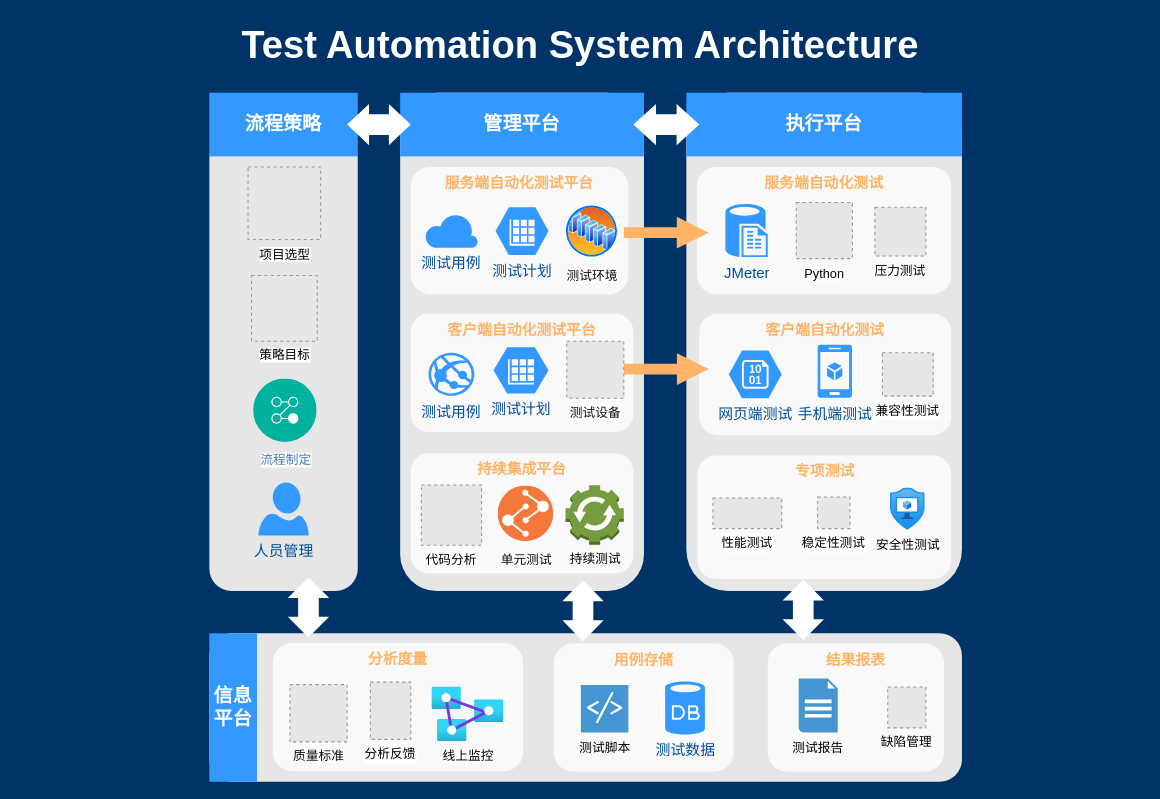
This is arch.drawio from xiongxiaoqing614/diagrams, a draw.io file, before an edit. Source tidied: cells renumbered, new cells numbered last; positions are measured from the earlier drawing's top-left corner, leaving out a move shared by most shapes. Both pictures are drawn from the tidied source at 106%, with x=0, y=0 at pixel (18, 18). Pictures stored in the file or linked from it are replaced by grey dashed boxes.
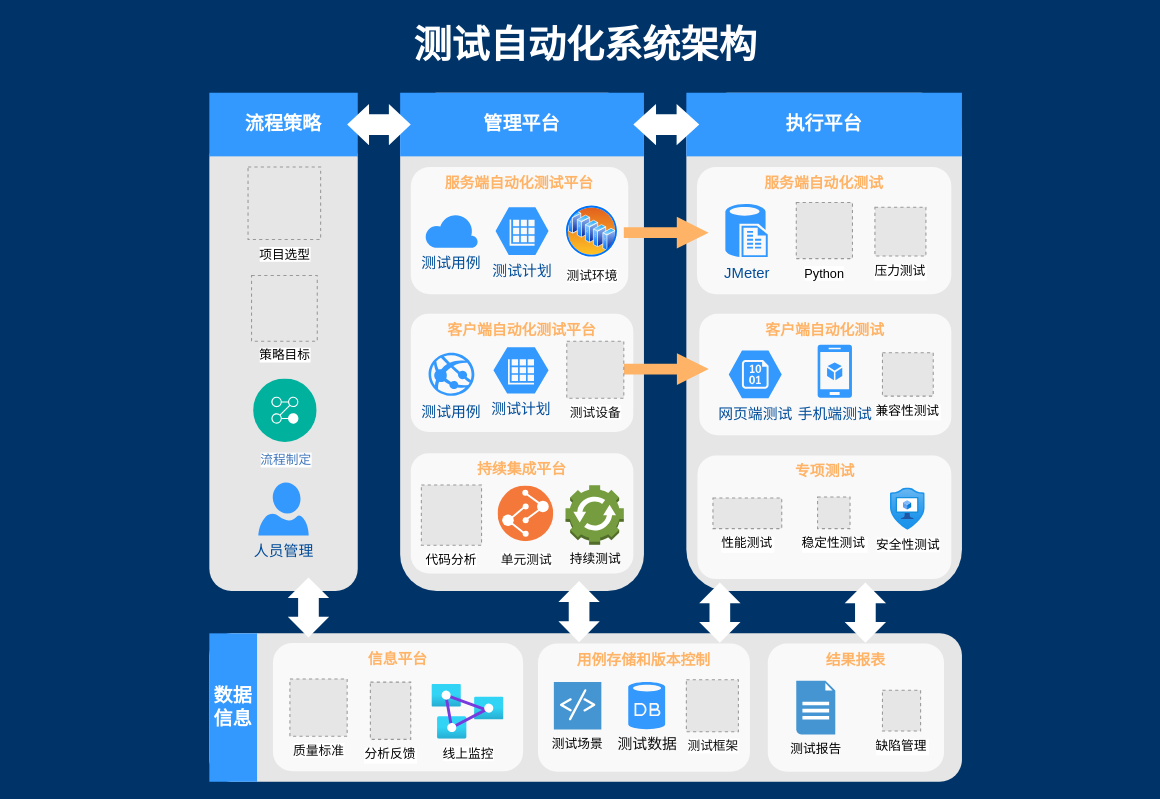
Above is the later version.

What changed in the source:
```diff
@@
-    <mxCell id="11" value="Test Automation System Architecture" style="text;html=1;strokeColor=none;fillColor=none;align=center;verticalAlign=middle;whiteSpace=wrap;overflow=hidden;dashed=1;fontSize=36;fontColor=#FFFFFF;fontFamily=Helvetica;fontStyle=1;" parent="1" vertex="1">
-      <mxGeometry width="1060" height="50" as="geometry" />
+    <mxCell id="11" value="测试自动化系统架构" style="text;html=1;strokeColor=none;fillColor=none;align=center;verticalAlign=middle;whiteSpace=wrap;overflow=hidden;dashed=1;fontSize=36;fontColor=#FFFFFF;fontFamily=Helvetica;fontStyle=1;" parent="1" vertex="1">
+      <mxGeometry x="180" width="710" height="50" as="geometry" />
     </mxCell>
@@
-    <mxCell id="29" value="信息平台" style="whiteSpace=wrap;html=1;dashed=1;strokeColor=none;strokeWidth=2;fillColor=#3399FF;fontFamily=Helvetica;fontSize=18;fontColor=#FFFFFF;fontStyle=1;" parent="1" vertex="1">
+    <mxCell id="29" value="数据信息" style="whiteSpace=wrap;html=1;dashed=1;strokeColor=none;strokeWidth=2;fillColor=#3399FF;fontFamily=Helvetica;fontSize=18;fontColor=#FFFFFF;fontStyle=1;" parent="1" vertex="1">
       <mxGeometry x="180" y="580" width="45" height="140" as="geometry" />
     </mxCell>
-    <mxCell id="30" value="用例存储" style="rounded=1;whiteSpace=wrap;html=1;dashed=1;strokeColor=none;strokeWidth=2;fillColor=#FFFFFF;fontFamily=Helvetica;fontSize=14;fontColor=#FFB366;opacity=75;verticalAlign=top;fontStyle=1;" parent="1" vertex="1">
-      <mxGeometry x="505" y="589.5" width="169.6" height="121" as="geometry" />
+    <mxCell id="30" value="用例存储和版本控制" style="rounded=1;whiteSpace=wrap;html=1;dashed=1;strokeColor=none;strokeWidth=2;fillColor=#FFFFFF;fontFamily=Helvetica;fontSize=14;fontColor=#FFB366;opacity=75;verticalAlign=top;fontStyle=1;" parent="1" vertex="1">
+      <mxGeometry x="490" y="589.5" width="200" height="121" as="geometry" />
     </mxCell>
-    <mxCell id="31" value="测试数据" style="verticalLabelPosition=bottom;html=1;verticalAlign=top;strokeColor=none;fillColor=#3399FF;shape=mxgraph.azure.database;dashed=1;fontFamily=Helvetica;fontSize=14;fontColor=#004C99;" parent="1" vertex="1">
-      <mxGeometry x="610" y="625.4" width="37.5" height="50" as="geometry" />
+    <mxCell id="31" value="测试数据" style="verticalLabelPosition=bottom;html=1;verticalAlign=top;strokeColor=none;fillColor=#3399FF;shape=mxgraph.azure.database;dashed=1;fontFamily=Helvetica;fontSize=14;fontColor=#0F0F0F;" parent="1" vertex="1">
+      <mxGeometry x="575.2" y="625.8" width="34.8" height="44.6" as="geometry" />
     </mxCell>
-    <mxCell id="32" value="测试脚本" style="shadow=0;dashed=0;html=1;strokeColor=none;fillColor=#4495D1;labelPosition=center;verticalLabelPosition=bottom;verticalAlign=top;align=center;shape=mxgraph.veeam.script;" parent="1" vertex="1">
-      <mxGeometry x="530.5" y="628.7" width="44.8" height="44.8" as="geometry" />
+    <mxCell id="32" value="测试场景" style="shadow=0;dashed=0;html=1;strokeColor=none;fillColor=#4495D1;labelPosition=center;verticalLabelPosition=bottom;verticalAlign=top;align=center;shape=mxgraph.veeam.script;" parent="1" vertex="1">
+      <mxGeometry x="505" y="626" width="44.8" height="44.8" as="geometry" />
     </mxCell>
@@
     <mxCell id="34" value="测试报告" style="shadow=0;dashed=0;html=1;strokeColor=none;fillColor=#4495D1;labelPosition=center;verticalLabelPosition=bottom;verticalAlign=top;align=center;shape=mxgraph.veeam.2d.report;" parent="1" vertex="1">
-      <mxGeometry x="736" y="622.7" width="36.8" height="50.8" as="geometry" />
+      <mxGeometry x="733.7" y="624.6" width="36.8" height="50.8" as="geometry" />
     </mxCell>
     <mxCell id="35" value="缺陷管理" style="fillColor=#E6E6E6;strokeColor=#999999;dashed=1;verticalLabelPosition=bottom;labelBackgroundColor=#ffffff;verticalAlign=top;" parent="1" vertex="1">
-      <mxGeometry x="820" y="630.7" width="36" height="38.5" as="geometry" />
+      <mxGeometry x="815" y="633.7" width="36" height="38.5" as="geometry" />
     </mxCell>
@@
-    <mxCell id="41" value="分析度量" style="rounded=1;whiteSpace=wrap;html=1;dashed=1;strokeColor=none;strokeWidth=2;fillColor=#FFFFFF;fontFamily=Helvetica;fontSize=14;fontColor=#FFB366;opacity=75;verticalAlign=top;fontStyle=1;" parent="1" vertex="1">
+    <mxCell id="41" value="信息平台" style="rounded=1;whiteSpace=wrap;html=1;dashed=1;strokeColor=none;strokeWidth=2;fillColor=#FFFFFF;fontFamily=Helvetica;fontSize=14;fontColor=#FFB366;opacity=75;verticalAlign=top;fontStyle=1;" parent="1" vertex="1">
       <mxGeometry x="240" y="589.1" width="236" height="121" as="geometry" />
     </mxCell>
@@
     <mxCell id="43" value="线上监控" style="html=1;align=center;image;fontSize=12;image=img/lib/azure2/analytics/Analysis_Services.svg;" parent="1" vertex="1">
-      <mxGeometry x="390" y="630.6" width="68" height="51.8" as="geometry" />
+      <mxGeometry x="390" y="628.2" width="68" height="51.8" as="geometry" />
     </mxCell>
     <mxCell id="44" value="质量标准" style="fillColor=#E6E6E6;strokeColor=#999999;dashed=1;html=1;verticalAlign=top;verticalLabelPosition=bottom;labelBackgroundColor=#ffffff;fontColor=#0F0F0F;" parent="1" vertex="1">
-      <mxGeometry x="256" y="628.4" width="54" height="54" as="geometry" />
+      <mxGeometry x="256" y="623" width="54" height="54" as="geometry" />
     </mxCell>
@@
     <mxCell id="49" style="shape=mxgraph.arrows.two_way_arrow_horizontal;html=1;verticalLabelPosition=bottom;verticalAlign=top;strokeWidth=2;strokeColor=none;dashed=1;fillColor=#FFFFFF;fontFamily=Verdana;fontSize=12;fontColor=#00BEF2;rotation=90;" parent="1" vertex="1">
-      <mxGeometry x="503.7" y="539.1" width="57.6" height="39" as="geometry" />
+      <mxGeometry x="500" y="540" width="57.6" height="39" as="geometry" />
     </mxCell>
     <mxCell id="50" style="shape=mxgraph.arrows.two_way_arrow_horizontal;html=1;verticalLabelPosition=bottom;verticalAlign=top;strokeWidth=2;strokeColor=none;dashed=1;fillColor=#FFFFFF;fontFamily=Verdana;fontSize=12;fontColor=#00BEF2;rotation=90;" parent="1" vertex="1">
-      <mxGeometry x="711.9" y="538.3" width="56.8" height="39" as="geometry" />
+      <mxGeometry x="770.5" y="541" width="56.8" height="39" as="geometry" />
     </mxCell>
@@
+    <mxCell id="56" value="测试框架" style="fillColor=#E6E6E6;strokeColor=#999999;dashed=1;html=1;verticalAlign=top;verticalLabelPosition=bottom;labelBackgroundColor=#ffffff;fontColor=#0F0F0F;rotation=0;" parent="1" vertex="1">
+      <mxGeometry x="630" y="623.8" width="49.1" height="49.1" as="geometry" />
+    </mxCell>
+    <mxCell id="57" style="shape=mxgraph.arrows.two_way_arrow_horizontal;html=1;verticalLabelPosition=bottom;verticalAlign=top;strokeWidth=2;strokeColor=none;dashed=1;fillColor=#FFFFFF;fontFamily=Verdana;fontSize=12;fontColor=#00BEF2;rotation=90;" parent="1" vertex="1">
+      <mxGeometry x="633.2" y="541" width="56.8" height="39" as="geometry" />
+    </mxCell>
```
